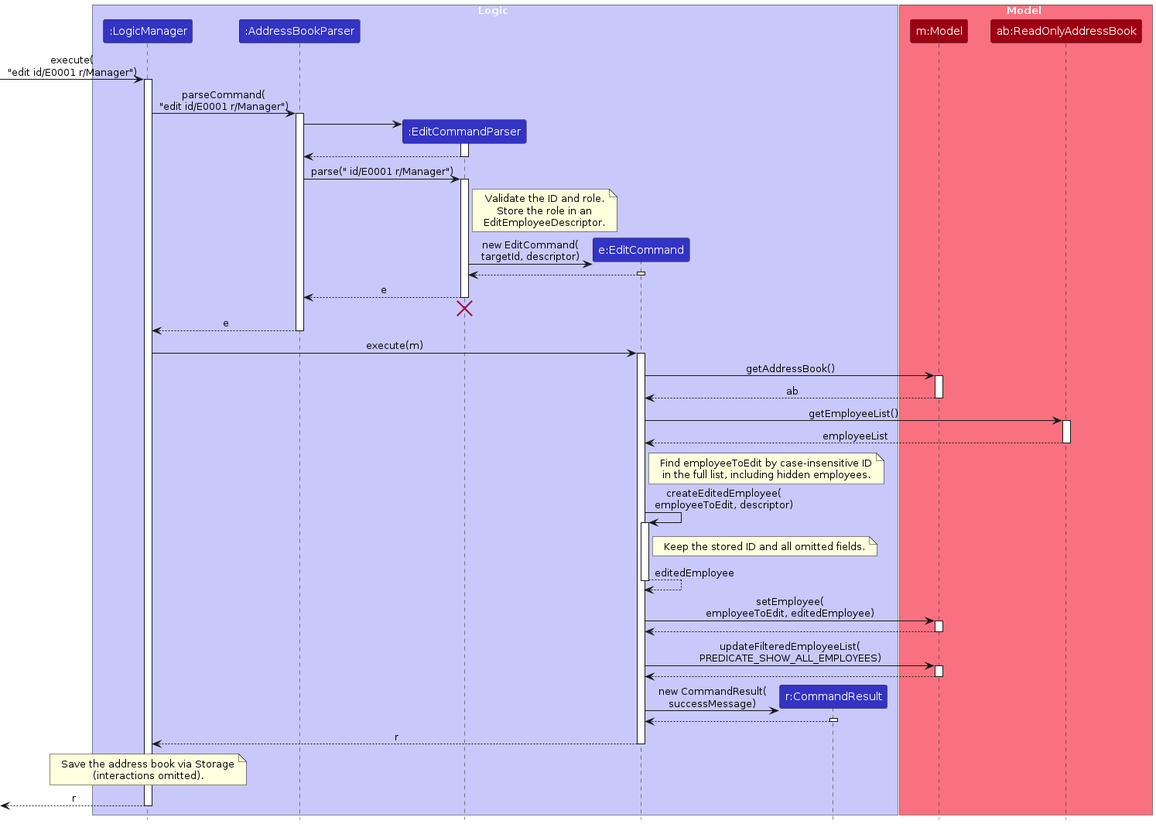
The PlantUML diagram diagrams/EditSequenceDiagram.png in AY2627S1-CS2103T-W10-4/tp, before a commit. Its source is kept beside it as diagrams/EditSequenceDiagram.puml.
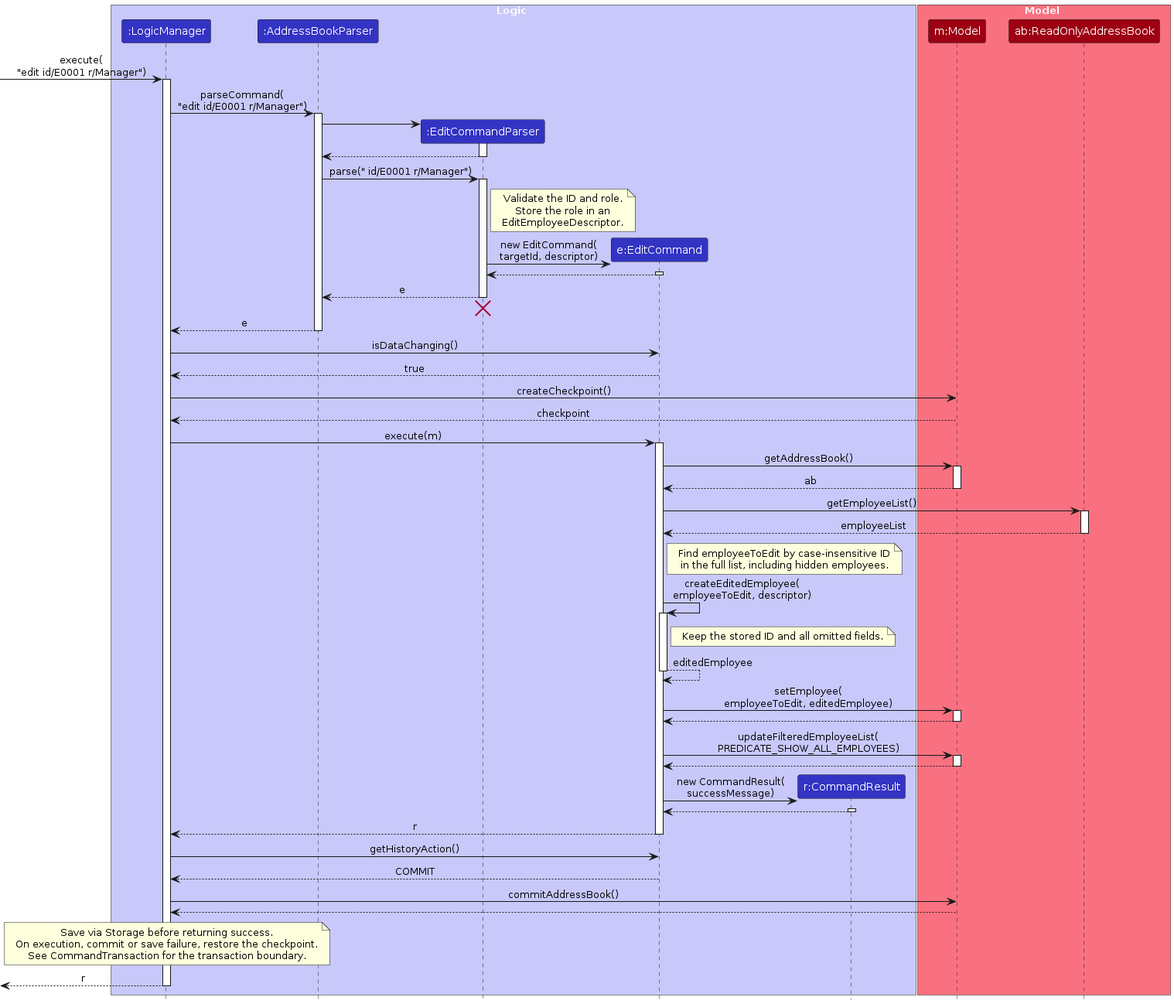
After the commit.

The edit, as a diff of the source:
```diff
@@ -49,6 +49,11 @@
 AddressBookParser --> LogicManager : e
 deactivate AddressBookParser
 
+LogicManager -> EditCommand : isDataChanging()
+EditCommand --> LogicManager : true
+LogicManager -> Model : createCheckpoint()
+Model --> LogicManager : checkpoint
+
 LogicManager -> EditCommand : execute(m)
 activate EditCommand
 
@@ -94,9 +99,15 @@
 EditCommand --> LogicManager : r
 deactivate EditCommand
 
+LogicManager -> EditCommand : getHistoryAction()
+EditCommand --> LogicManager : COMMIT
+LogicManager -> Model : commitAddressBook()
+Model --> LogicManager
+
 note over LogicManager
-Save the address book via Storage
-(interactions omitted).
+Save via Storage before returning success.
+On execution, commit or save failure, restore the checkpoint.
+See CommandTransaction for the transaction boundary.
 end note
 
 [<-- LogicManager : r
```
